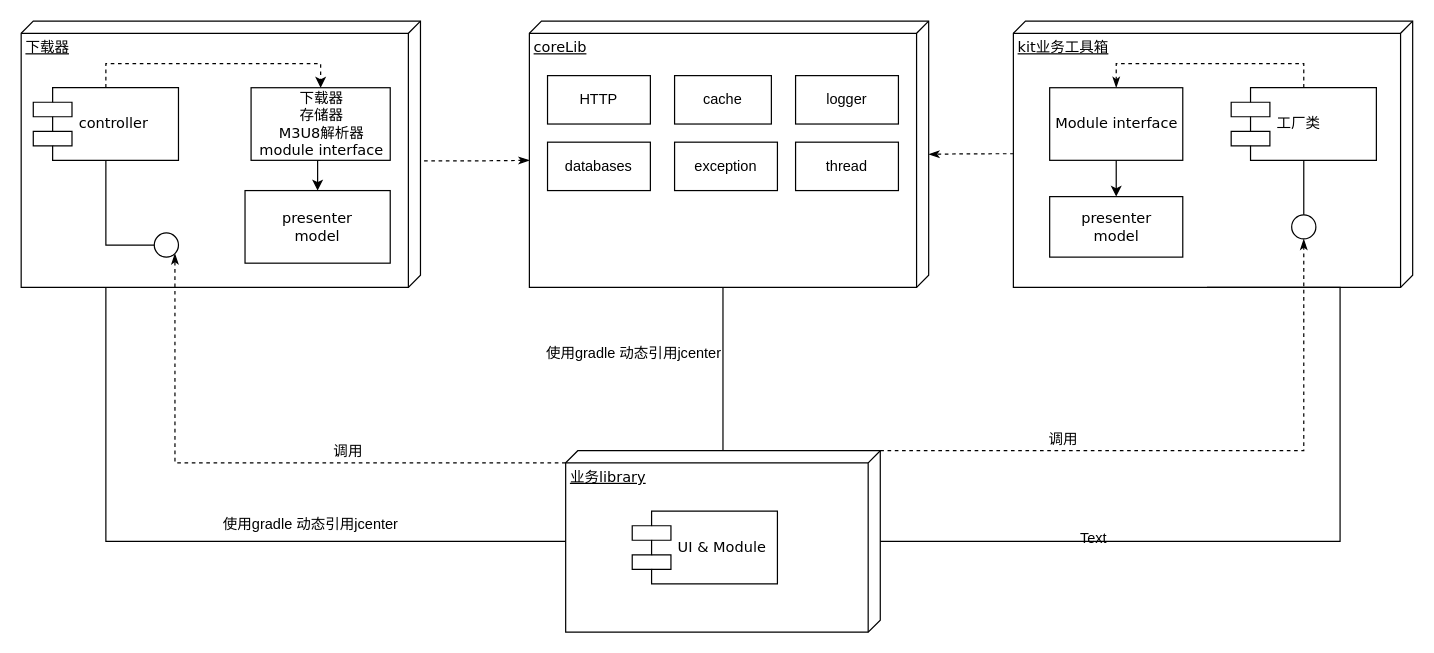
The draw.io diagram 架构设计/AndroidSDK组件设计.drawio in mengzhuSDK/diagram, before the edit. Source tidied: cells renumbered, new cells numbered last; positions are measured from the earlier drawing's top-left corner, leaving out a move shared by most shapes. Both pictures are drawn from the tidied source at 121%, with x=0, y=0 at pixel (21, 21).
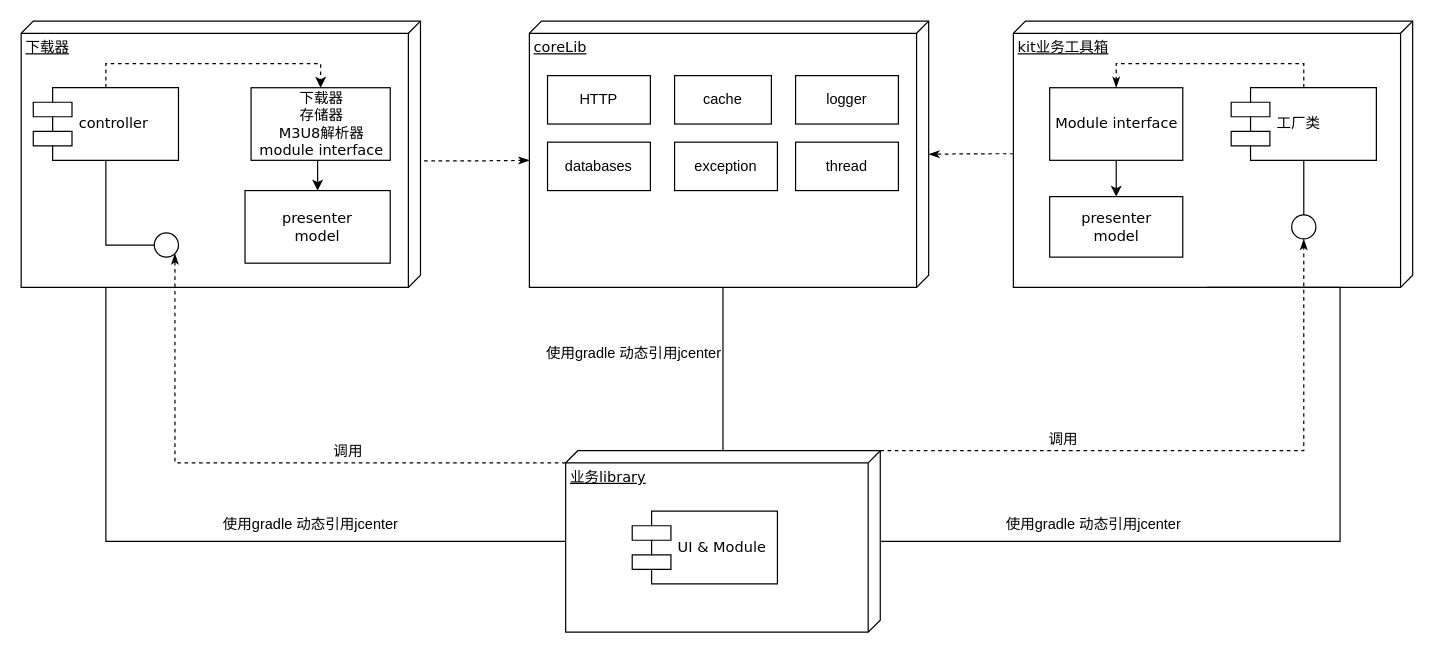
Above is the later version.

Commit message (it also covers changes not shown here):
更新AndroidSDK组件设计.drawio

Unchanged cells that the change refers to:
```xml
<mxCell id="27" style="edgeStyle=orthogonalEdgeStyle;rounded=0;html=1;labelBackgroundColor=none;startArrow=none;startFill=0;startSize=8;endArrow=none;endFill=0;endSize=16;fontFamily=Verdana;fontSize=12;entryX=0;entryY=0;entryDx=220;entryDy=170;entryPerimeter=0;" parent="1" edge="1" source="12" target="5">
  <mxGeometry relative="1" as="geometry">
    <Array as="points">
      <mxPoint x="1090" y="430" />
      <mxPoint x="1090" y="220" />
    </Array>
  </mxGeometry>
</mxCell>
```

Change to the diagram source:
```diff
@@
-    <mxCell id="28" value="Text" style="text;html=1;align=center;verticalAlign=middle;" parent="27" vertex="1">
-      <mxGeometry x="-0.5" y="3" relative="1" as="geometry" />
+    <mxCell id="28" value="使用gradle 动态引用jcenter" style="text;html=1;align=center;verticalAlign=middle;" parent="27" vertex="1">
+      <mxGeometry x="-0.5" y="3" relative="1" as="geometry">
+        <mxPoint y="-12" as="offset" />
+      </mxGeometry>
     </mxCell>
```
